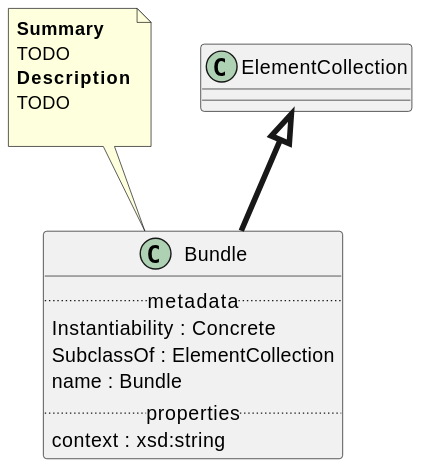
Above: Classes/Bundle.svg in maxhbr/spec-parser.hs (PlantUML), before the change.
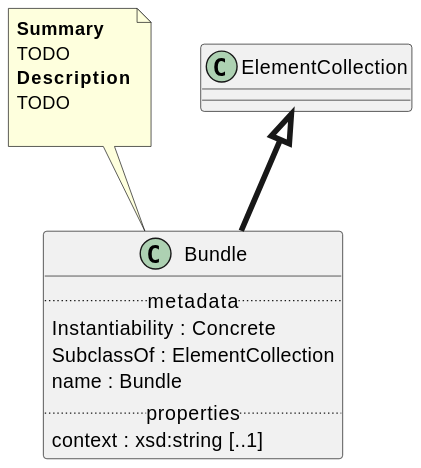
The same file after the commit.

Diff of the diagram source:
```diff
@@ -5,7 +5,7 @@
     SubclassOf : ElementCollection
     name : Bundle
 .. properties ..
-    context : xsd:string
+    context : xsd:string [..1]
 }
 note top of Bundle
 <b>Summary</b>
```
